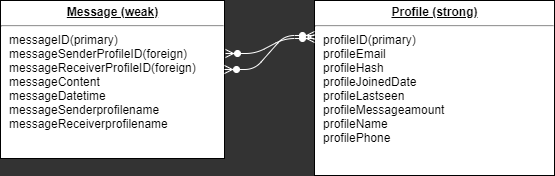
Before: Epic/ERDDiagram.png, a diagram exported from draw.io (GinoVillalpando/data-design). Source tidied: cells renumbered, new cells last; positions are measured from the earlier drawing's top-left corner, leaving out a move shared by most shapes.
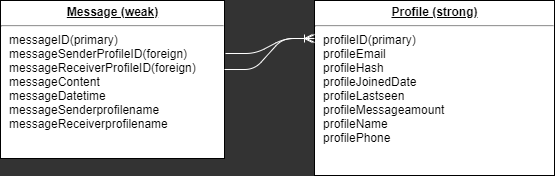
The same diagram one commit later.

What changed in the source:
```diff
@@ -8,10 +8,12 @@
     <mxCell id="3" value="&lt;p style=&quot;margin: 0px ; margin-top: 4px ; text-align: center ; text-decoration: underline&quot;&gt;&lt;b&gt;Message (weak)&lt;/b&gt;&lt;/p&gt;&lt;hr&gt;&lt;p style=&quot;margin: 0px ; margin-left: 8px&quot;&gt;messageID(primary)&lt;/p&gt;&lt;p style=&quot;margin: 0px ; margin-left: 8px&quot;&gt;&lt;span&gt;messageSenderProfileID(foreign)&lt;/span&gt;&lt;/p&gt;&lt;p style=&quot;margin: 0px ; margin-left: 8px&quot;&gt;&lt;span&gt;messageReceiverProfileID(foreign)&lt;/span&gt;&lt;/p&gt;&lt;p style=&quot;margin: 0px ; margin-left: 8px&quot;&gt;messageContent&lt;/p&gt;&lt;p style=&quot;margin: 0px ; margin-left: 8px&quot;&gt;messageDatetime&lt;/p&gt;&lt;p style=&quot;margin: 0px ; margin-left: 8px&quot;&gt;messageSenderprofilename&lt;/p&gt;&lt;p style=&quot;margin: 0px ; margin-left: 8px&quot;&gt;messageReceiverprofilename&lt;/p&gt;&lt;p style=&quot;margin: 0px ; margin-left: 8px&quot;&gt;&lt;br&gt;&lt;/p&gt;" style="verticalAlign=top;align=left;overflow=fill;fontSize=12;fontFamily=Helvetica;html=1;rounded=0;shadow=0;comic=0;labelBackgroundColor=none;strokeWidth=1;" parent="1" vertex="1">
       <mxGeometry width="224" height="158" as="geometry" />
     </mxCell>
-    <mxCell id="4" style="edgeStyle=entityRelationEdgeStyle;fontSize=12;html=1;endArrow=ERzeroToMany;endFill=1;startArrow=ERzeroToMany;strokeColor=#FFFFFF;entryX=0;entryY=0.2;entryDx=0;entryDy=0;exitX=1;exitY=0.437;exitDx=0;exitDy=0;exitPerimeter=0;entryPerimeter=0;" parent="1" edge="1" source="3" target="2">
-      <mxGeometry relative="1" as="geometry" />
+    <mxCell id="4" style="edgeStyle=entityRelationEdgeStyle;fontSize=12;html=1;endArrow=ERoneToMany;endFill=0;startArrow=none;strokeColor=#FFFFFF;exitX=1;exitY=0.437;exitDx=0;exitDy=0;exitPerimeter=0;startFill=0;" parent="1" edge="1" source="3">
+      <mxGeometry relative="1" as="geometry">
+        <mxPoint x="312" y="38" as="targetPoint" />
+      </mxGeometry>
     </mxCell>
-    <mxCell id="5" style="edgeStyle=entityRelationEdgeStyle;fontSize=12;html=1;endArrow=ERzeroToMany;endFill=1;startArrow=ERzeroToMany;strokeColor=#FFFFFF;exitX=1.004;exitY=0.335;exitDx=0;exitDy=0;exitPerimeter=0;" parent="1" edge="1" source="3">
+    <mxCell id="5" style="edgeStyle=entityRelationEdgeStyle;fontSize=12;html=1;endArrow=ERmany;endFill=0;startArrow=none;strokeColor=#FFFFFF;exitX=1.004;exitY=0.335;exitDx=0;exitDy=0;exitPerimeter=0;startFill=0;" parent="1" edge="1" source="3">
       <mxGeometry relative="1" as="geometry">
         <mxPoint x="314" y="38" as="targetPoint" />
       </mxGeometry>
```
